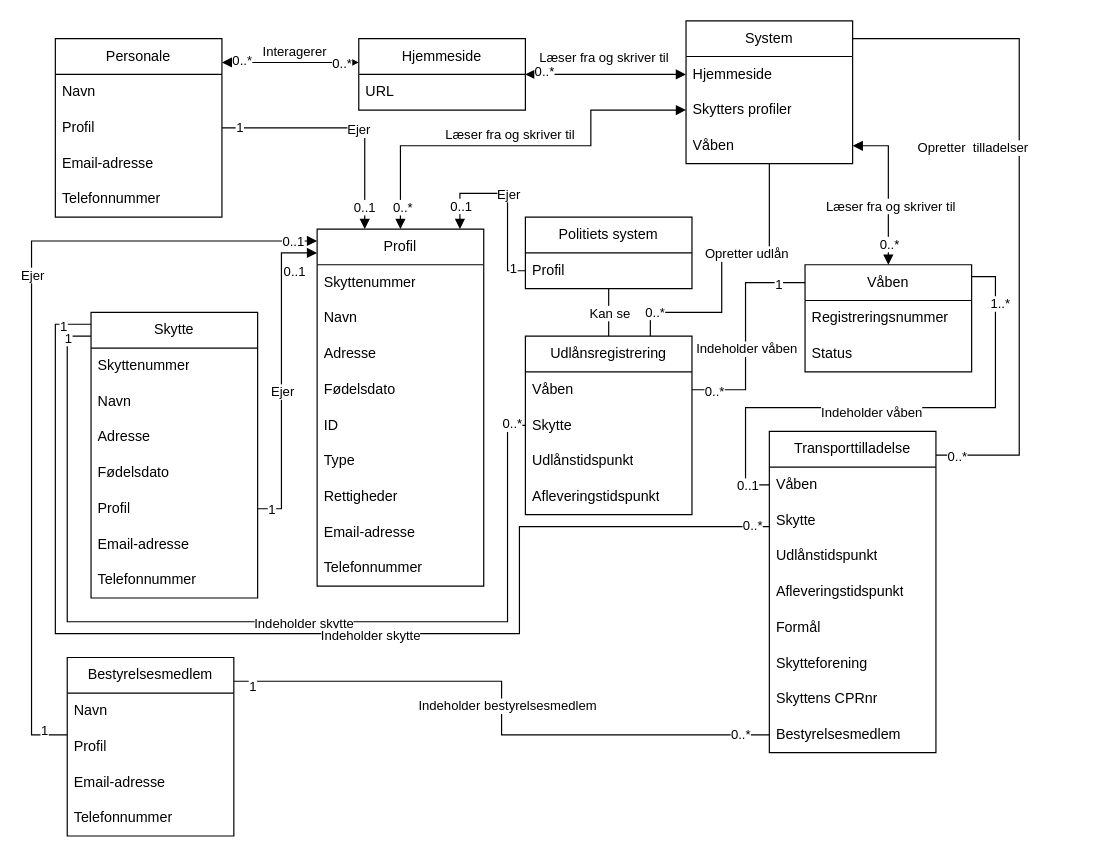
Above: Domain Model.drawio in BjornGrylls/Svendeprove-OOAD (draw.io), before the change. Source tidied: cells renumbered, new cells numbered last; positions are measured from the earlier drawing's top-left corner, leaving out a move shared by most shapes. Both pictures are drawn from the tidied source at 119%, with x=0, y=0 at pixel (31, 20).
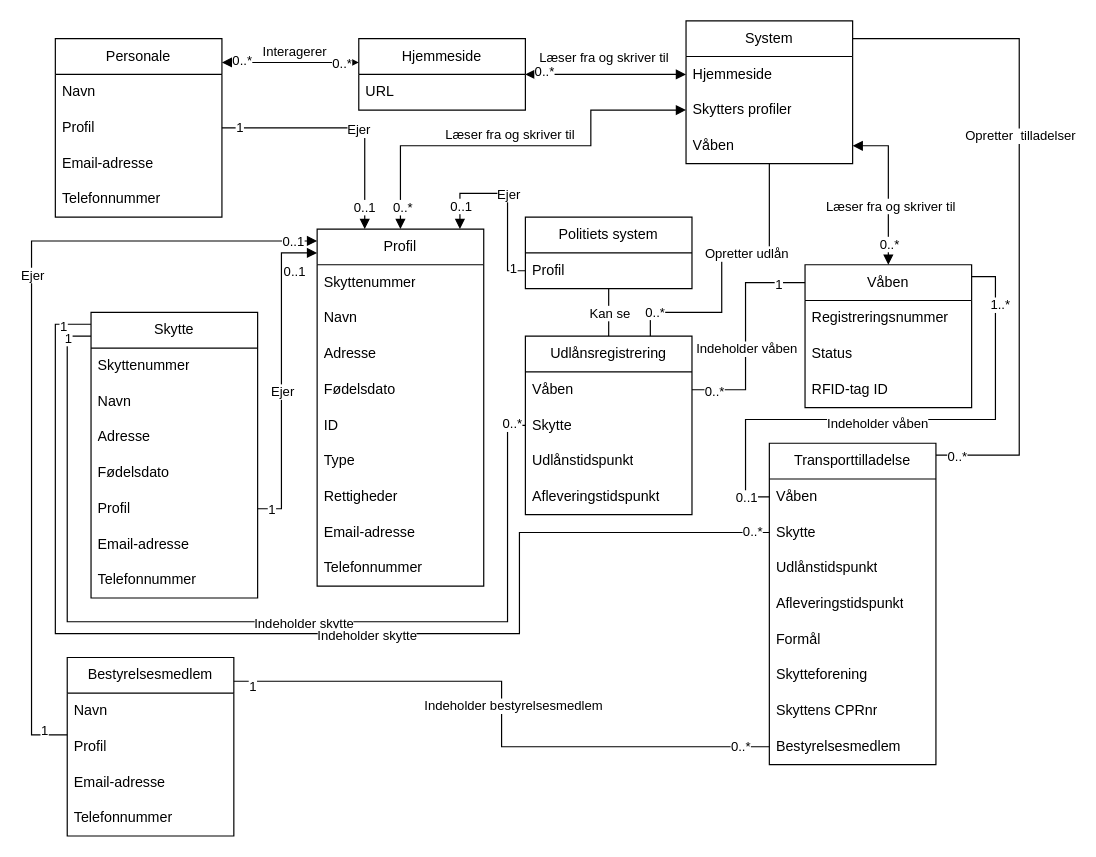
The same diagram, later.

The change refers to these unchanged cells:
```xml
<mxCell id="27" style="edgeStyle=orthogonalEdgeStyle;rounded=0;jettySize=auto;html=1;endArrow=none;endFill=0;" parent="1" edge="1" source="30" target="82">
  <mxGeometry relative="1" as="geometry">
    <Array as="points">
      <mxPoint x="830" y="15" />
      <mxPoint x="830" y="365" />
    </Array>
  </mxGeometry>
</mxCell>
<mxCell id="42" value="Skytte" style="swimlane;fontStyle=0;horizontal=1;startSize=30;whiteSpace=wrap;html=1;" parent="1" vertex="1">
  <mxGeometry x="50" y="245" width="140" height="240" as="geometry" />
</mxCell>
<mxCell id="83" value="Våben" style="text;strokeColor=none;fillColor=none;align=left;verticalAlign=middle;spacingLeft=4;spacingRight=4;overflow=hidden;points=[[0,0.5],[1,0.5]];portConstraint=eastwest;whiteSpace=wrap;html=1;" parent="82" vertex="1">
  <mxGeometry y="30" width="140" height="30" as="geometry" />
</mxCell>
<mxCell id="84" value="Skytte" style="text;strokeColor=none;fillColor=none;align=left;verticalAlign=middle;spacingLeft=4;spacingRight=4;overflow=hidden;points=[[0,0.5],[1,0.5]];portConstraint=eastwest;whiteSpace=wrap;html=1;" parent="82" vertex="1">
  <mxGeometry y="60" width="140" height="30" as="geometry" />
</mxCell>
<mxCell id="90" value="Bestyrelsesmedlem" style="text;strokeColor=none;fillColor=none;align=left;verticalAlign=middle;spacingLeft=4;spacingRight=4;overflow=hidden;points=[[0,0.5],[1,0.5]];portConstraint=eastwest;whiteSpace=wrap;html=1;" parent="82" vertex="1">
  <mxGeometry y="240" width="140" height="30" as="geometry" />
</mxCell>
<mxCell id="95" value="Bestyrelsesmedlem" style="swimlane;fontStyle=0;horizontal=1;startSize=30;whiteSpace=wrap;html=1;" parent="1" vertex="1">
  <mxGeometry x="30" y="535" width="140" height="150" as="geometry" />
</mxCell>
```

What changed in the source:
```diff
@@
     <mxCell id="21" value="Våben" style="swimlane;fontStyle=0;horizontal=1;startSize=30;whiteSpace=wrap;html=1;" parent="1" vertex="1">
-      <mxGeometry x="650" y="205" width="140" height="90" as="geometry" />
+      <mxGeometry x="650" y="205" width="140" height="120" as="geometry" />
     </mxCell>
@@
+    <mxCell id="112" value="RFID-tag ID" style="text;strokeColor=none;fillColor=none;align=left;verticalAlign=middle;spacingLeft=4;spacingRight=4;overflow=hidden;whiteSpace=wrap;html=1;" parent="21" vertex="1">
+      <mxGeometry y="90" width="140" height="30" as="geometry" />
+    </mxCell>
@@
     <mxCell id="28" value="Opretter&amp;nbsp; tilladelser" style="edgeLabel;html=1;align=center;verticalAlign=middle;" parent="27" vertex="1">
       <mxGeometry x="0.02" y="1" relative="1" as="geometry">
-        <mxPoint x="-41" y="-55" as="offset" />
+        <mxPoint x="-1" y="-65" as="offset" />
       </mxGeometry>
     </mxCell>
@@
     <mxCell id="82" value="Transporttilladelse" style="swimlane;fontStyle=0;horizontal=1;startSize=30;whiteSpace=wrap;html=1;" parent="1" vertex="1">
-      <mxGeometry x="620" y="345" width="140" height="270" as="geometry" />
+      <mxGeometry x="620" y="355" width="140" height="270" as="geometry" />
     </mxCell>
@@
     <mxCell id="91" style="edgeStyle=orthogonalEdgeStyle;rounded=0;jettySize=auto;html=1;endArrow=none;endFill=0;" parent="1" edge="1" source="83" target="21">
       <mxGeometry relative="1" as="geometry">
         <Array as="points">
-          <mxPoint x="600" y="390" />
-          <mxPoint x="600" y="325" />
-          <mxPoint x="810" y="325" />
+          <mxPoint x="600" y="400" />
+          <mxPoint x="600" y="335" />
+          <mxPoint x="810" y="335" />
           <mxPoint x="810" y="215" />
         </Array>
       </mxGeometry>
     </mxCell>
@@
     <mxCell id="104" style="edgeStyle=orthogonalEdgeStyle;rounded=0;jettySize=auto;html=1;endArrow=none;endFill=0;" parent="1" edge="1" source="84" target="42">
       <mxGeometry relative="1" as="geometry">
         <Array as="points">
-          <mxPoint x="410" y="425" />
+          <mxPoint x="410" y="430" />
           <mxPoint x="410" y="515" />
           <mxPoint x="20" y="515" />
           <mxPoint x="20" y="255" />
         </Array>
       </mxGeometry>
     </mxCell>
@@
     <mxCell id="108" style="edgeStyle=orthogonalEdgeStyle;rounded=0;jettySize=auto;html=1;endArrow=none;endFill=0;" parent="1" edge="1" source="90" target="95">
       <mxGeometry relative="1" as="geometry">
         <Array as="points">
-          <mxPoint x="395" y="600" />
+          <mxPoint x="395" y="610" />
           <mxPoint x="395" y="555" />
         </Array>
       </mxGeometry>
     </mxCell>
```
